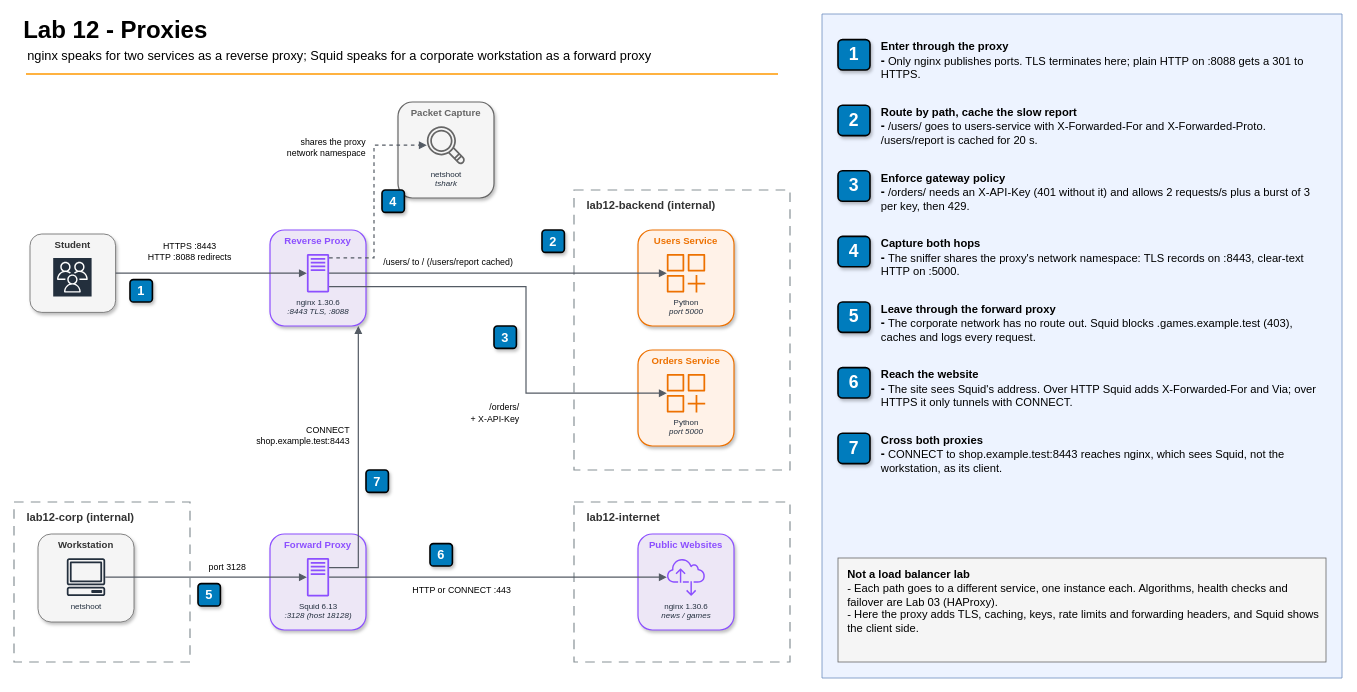
gamaware/system-design-course keeps this draw.io diagram as 12-proxies/diagrams/lab12-architecture.drawio. Above is the earlier version. Source tidied: cells renumbered, new cells numbered last; positions are measured from the earlier drawing's top-left corner, leaving out a move shared by most shapes. Both pictures are drawn from the tidied source at 80%, with x=0, y=0 at pixel (14, 14).
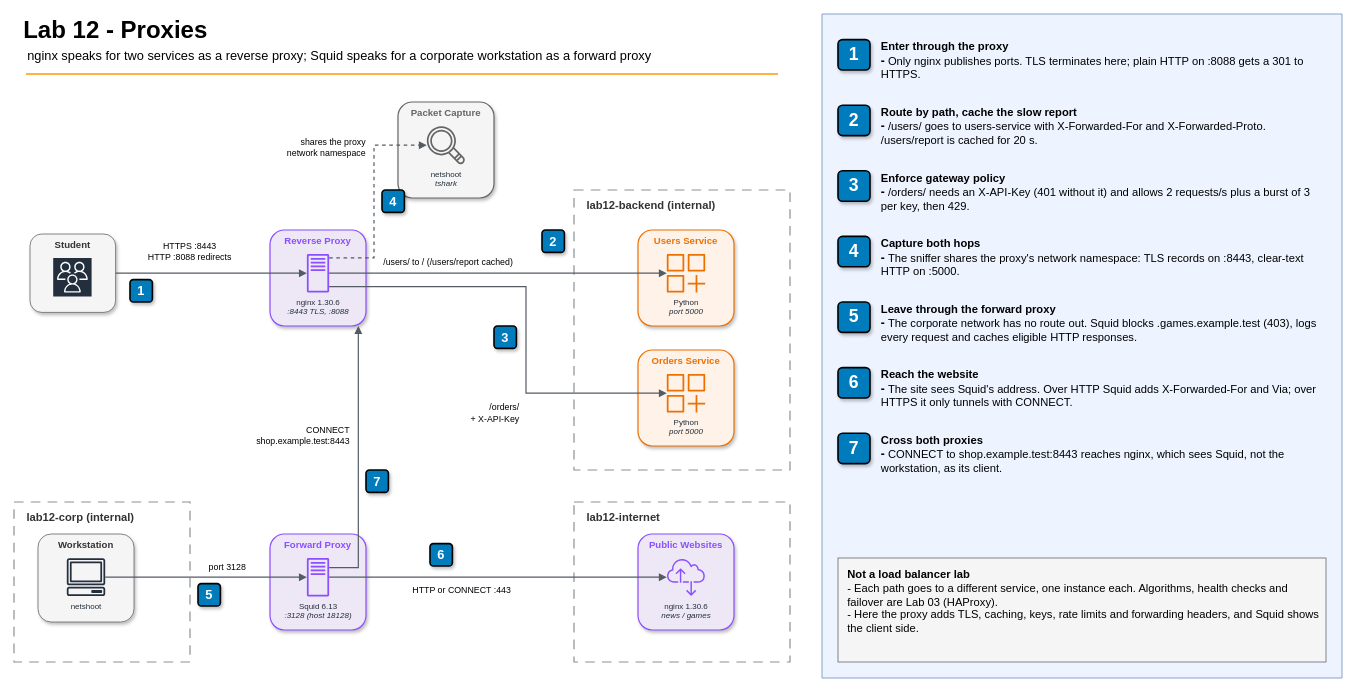
Above is the later version.

The change refers to these unchanged cells:
```xml
<mxCell id="60" style="group;fontFamily=Helvetica;" parent="47" vertex="1">
  <mxGeometry y="328" width="600" height="74" as="geometry" />
</mxCell>
```

Diff of the diagram source:
```diff
@@
-    <mxCell id="62" value="&lt;div&gt;&lt;b&gt;Leave through the forward proxy&lt;/b&gt;&lt;/div&gt;&lt;div&gt;&lt;span style=&quot;color: light-dark(rgb(0,0,0), rgb(255,255,255));&quot;&gt;&lt;b&gt;&lt;font style=&quot;font-size: 15px;&quot;&gt;-&lt;/font&gt; &lt;/b&gt;The corporate network has no route out. Squid blocks .games.example.test (403), caches and logs every request.&lt;/span&gt;&lt;/div&gt;" style="text;html=1;align=left;verticalAlign=top;spacingTop=-4;fontSize=14;labelBackgroundColor=none;whiteSpace=wrap;fontFamily=Helvetica;" parent="60" vertex="1">
+    <mxCell id="62" value="&lt;div&gt;&lt;b&gt;Leave through the forward proxy&lt;/b&gt;&lt;/div&gt;&lt;div&gt;&lt;span style=&quot;color: light-dark(rgb(0,0,0), rgb(255,255,255));&quot;&gt;&lt;b&gt;&lt;font style=&quot;font-size: 15px;&quot;&gt;-&lt;/font&gt; &lt;/b&gt;The corporate network has no route out. Squid blocks .games.example.test (403), logs every request and caches eligible HTTP responses.&lt;/span&gt;&lt;/div&gt;" style="text;html=1;align=left;verticalAlign=top;spacingTop=-4;fontSize=14;labelBackgroundColor=none;whiteSpace=wrap;fontFamily=Helvetica;" parent="60" vertex="1">
       <mxGeometry x="52" width="548" height="74" as="geometry" />
     </mxCell>
```
